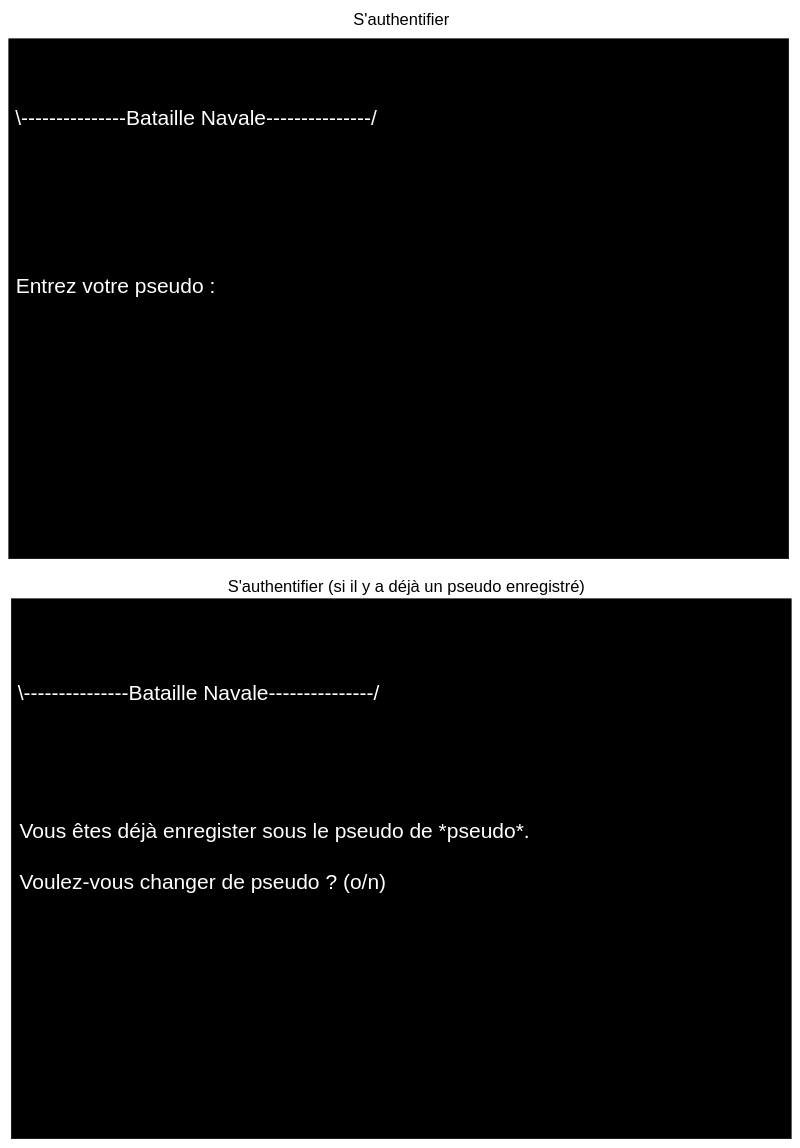
Earlier version of the draw.io diagram page "S'authentifier" (4 of 5) of Maquette - Bataille Navale_YF.drawio (YFanha/Bataille-Navale). Source tidied: cells renumbered, new cells numbered last; positions are measured from the earlier drawing's top-left corner, leaving out a move shared by most shapes. Both pictures are drawn from the tidied source at 50%, with x=0, y=0 at pixel (8, 11).
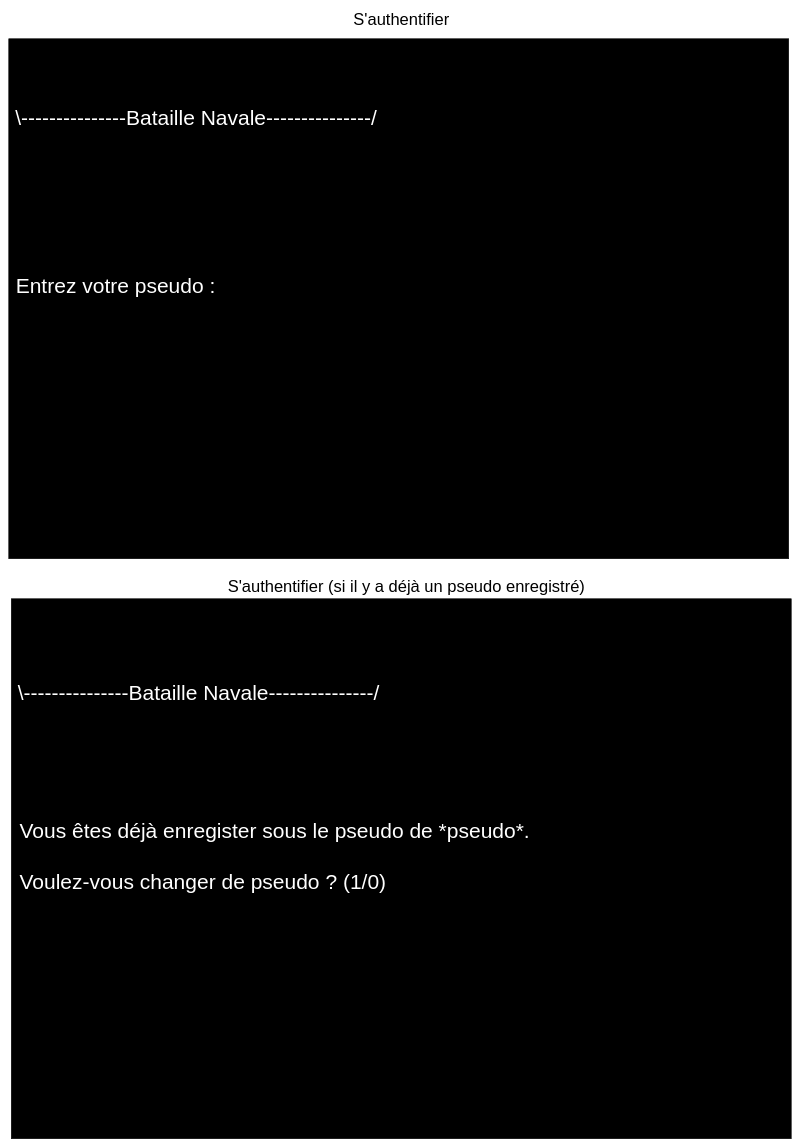
Above is the later version.

Change to the diagram source:
```diff
@@
 <mxGraphModel>
   <root>
     <mxCell id="0" />
     <mxCell id="1" parent="0" />
     <mxCell id="2" style="group;" parent="1" vertex="1">
       <mxGeometry y="55" width="1560" height="1040" as="geometry" />
     </mxCell>
     <mxCell id="3" style="group;" parent="2" vertex="1">
       <mxGeometry width="1560" height="1040" as="geometry" />
     </mxCell>
     <mxCell id="4" style="rounded=0;whiteSpace=wrap;html=1;strokeColor=#000000;fillColor=#000000;" parent="3" vertex="1">
       <mxGeometry width="1560" height="1040" as="geometry" />
     </mxCell>
     <mxCell id="5" value="&lt;font style=&quot;font-size: 42px&quot; color=&quot;#ffffff&quot;&gt;\---------------Bataille Navale---------------/&lt;/font&gt;" style="text;html=1;strokeColor=none;fillColor=none;align=center;verticalAlign=middle;whiteSpace=wrap;rounded=0;" parent="3" vertex="1">
       <mxGeometry y="110" width="750" height="97.5" as="geometry" />
     </mxCell>
     <mxCell id="6" value="&lt;font style=&quot;font-size: 42px&quot;&gt;&lt;span style=&quot;color: rgb(255 , 255 , 255)&quot;&gt;Entrez votre pseudo :&lt;/span&gt;&lt;br style=&quot;color: rgb(255 , 255 , 255)&quot;&gt;&lt;/font&gt;&lt;div style=&quot;color: rgb(255 , 255 , 255) ; text-align: left ; font-size: 42px&quot;&gt;&lt;br&gt;&lt;/div&gt;" style="text;html=1;strokeColor=none;fillColor=none;align=center;verticalAlign=middle;whiteSpace=wrap;rounded=0;" parent="3" vertex="1">
       <mxGeometry x="10" y="460" width="407.6" height="120" as="geometry" />
     </mxCell>
     <mxCell id="7" value="&lt;font&gt;&lt;font style=&quot;font-size: 33px&quot;&gt;S'authentifier&lt;/font&gt;&lt;br&gt;&lt;/font&gt;" style="text;html=1;align=center;verticalAlign=middle;" parent="1" vertex="1">
       <mxGeometry x="680" width="210" height="30" as="geometry" />
     </mxCell>
     <mxCell id="8" style="group;" parent="1" vertex="1">
       <mxGeometry x="5" y="1175" width="1560" height="1080" as="geometry" />
     </mxCell>
     <mxCell id="9" style="group;" parent="8" vertex="1">
       <mxGeometry width="1560" height="1080" as="geometry" />
     </mxCell>
     <mxCell id="10" style="rounded=0;whiteSpace=wrap;html=1;strokeColor=#000000;fillColor=#000000;" parent="9" vertex="1">
       <mxGeometry width="1560" height="1080" as="geometry" />
     </mxCell>
-    <mxCell id="11" value="&lt;font style=&quot;font-size: 42px&quot;&gt;&lt;font color=&quot;#ffffff&quot; style=&quot;font-size: 42px&quot;&gt;Vous êtes déjà enregister sous le pseudo de *pseudo*.&lt;br&gt;&lt;br&gt;Voulez-vous changer de pseudo ? (o/n)&lt;br&gt;&lt;/font&gt;&lt;br&gt;&lt;/font&gt;" style="text;html=1;strokeColor=none;fillColor=none;align=left;verticalAlign=middle;whiteSpace=wrap;rounded=0;" parent="9" vertex="1">
+    <mxCell id="11" value="&lt;font style=&quot;font-size: 42px&quot;&gt;&lt;font color=&quot;#ffffff&quot; style=&quot;font-size: 42px&quot;&gt;Vous êtes déjà enregister sous le pseudo de *pseudo*.&lt;br&gt;&lt;br&gt;Voulez-vous changer de pseudo ? (1/0)&lt;br&gt;&lt;/font&gt;&lt;br&gt;&lt;/font&gt;" style="text;html=1;strokeColor=none;fillColor=none;align=left;verticalAlign=middle;whiteSpace=wrap;rounded=0;" parent="9" vertex="1">
       <mxGeometry x="15" y="270" width="1075.2" height="540" as="geometry" />
     </mxCell>
     <mxCell id="12" value="&lt;font style=&quot;font-size: 42px&quot; color=&quot;#ffffff&quot;&gt;\---------------Bataille Navale---------------/&lt;/font&gt;" style="text;html=1;strokeColor=none;fillColor=none;align=center;verticalAlign=middle;whiteSpace=wrap;rounded=0;" parent="9" vertex="1">
       <mxGeometry y="140" width="750" height="97.5" as="geometry" />
     </mxCell>
     <mxCell id="13" value="&lt;font&gt;&lt;font style=&quot;font-size: 33px&quot;&gt;S'authentifier (si il y a déjà un pseudo enregistré)&lt;/font&gt;&lt;br&gt;&lt;/font&gt;" style="text;html=1;align=center;verticalAlign=middle;" parent="1" vertex="1">
       <mxGeometry x="430" y="1135" width="730" height="30" as="geometry" />
     </mxCell>
   </root>
 </mxGraphModel>
```
